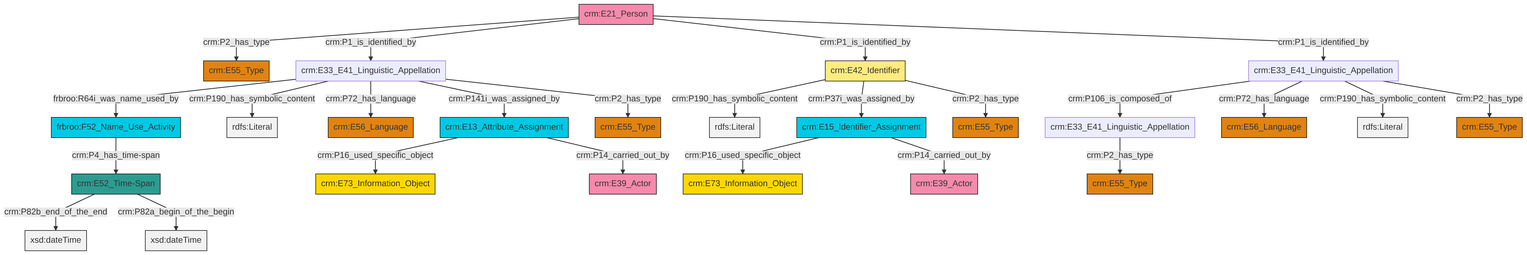
Earlier version of the Mermaid export et/personCSV/ttl/mmd/png/Person_Names_and_Classification.png (swiss-art-research-net/docs.swissartresearch). Its source is kept beside it as et/personCSV/ttl/mmd/Person_Names_and_Classification.ttl.mmd.
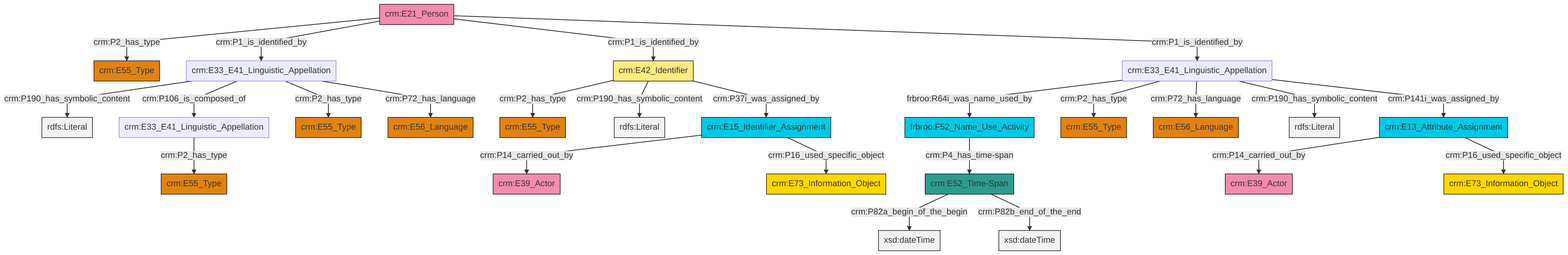
Above is the later version.

Diff of the diagram source:
```diff
@@ -13,27 +13,27 @@
 classDef PC_Classes fill:#4ce600, stroke:#000000;
 classDef Multi fill:#cccccc,stroke:#000000;
 
-2["crm:E33_E41_Linguistic_Appellation"]:::Default -->|crm:P106_is_composed_of| 3["crm:E33_E41_Linguistic_Appellation"]:::Default
-6["frbroo:F52_Name_Use_Activity"]:::Temporal_Entity -->|crm:P4_has_time-span| 7["crm:E52_Time-Span"]:::Time-Span
-8["crm:E33_E41_Linguistic_Appellation"]:::Default -->|frbroo:R64i_was_name_used_by| 6["frbroo:F52_Name_Use_Activity"]:::Temporal_Entity
-0["crm:E21_Person"]:::Actor -->|crm:P2_has_type| 10["crm:E55_Type"]:::Type
-0["crm:E21_Person"]:::Actor -->|crm:P1_is_identified_by| 8["crm:E33_E41_Linguistic_Appellation"]:::Default
-4["crm:E13_Attribute_Assignment"]:::Temporal_Entity -->|crm:P16_used_specific_object| 13["crm:E73_Information_Object"]:::Conceptual_Object
-8["crm:E33_E41_Linguistic_Appellation"]:::Default -->|crm:P190_has_symbolic_content| 16[rdfs:Literal]:::Literal
-2["crm:E33_E41_Linguistic_Appellation"]:::Default -->|crm:P72_has_language| 17["crm:E56_Language"]:::Type
-2["crm:E33_E41_Linguistic_Appellation"]:::Default -->|crm:P190_has_symbolic_content| 18[rdfs:Literal]:::Literal
-19["crm:E42_Identifier"]:::Appellation -->|crm:P190_has_symbolic_content| 20[rdfs:Literal]:::Literal
-21["crm:E15_Identifier_Assignment"]:::Temporal_Entity -->|crm:P16_used_specific_object| 22["crm:E73_Information_Object"]:::Conceptual_Object
-7["crm:E52_Time-Span"]:::Time-Span -->|crm:P82b_end_of_the_end| 25[xsd:dateTime]:::Literal
-21["crm:E15_Identifier_Assignment"]:::Temporal_Entity -->|crm:P14_carried_out_by| 28["crm:E39_Actor"]:::Actor
-4["crm:E13_Attribute_Assignment"]:::Temporal_Entity -->|crm:P14_carried_out_by| 29["crm:E39_Actor"]:::Actor
-2["crm:E33_E41_Linguistic_Appellation"]:::Default -->|crm:P2_has_type| 26["crm:E55_Type"]:::Type
-8["crm:E33_E41_Linguistic_Appellation"]:::Default -->|crm:P72_has_language| 30["crm:E56_Language"]:::Type
-19["crm:E42_Identifier"]:::Appellation -->|crm:P37i_was_assigned_by| 21["crm:E15_Identifier_Assignment"]:::Temporal_Entity
-0["crm:E21_Person"]:::Actor -->|crm:P1_is_identified_by| 19["crm:E42_Identifier"]:::Appellation
-0["crm:E21_Person"]:::Actor -->|crm:P1_is_identified_by| 2["crm:E33_E41_Linguistic_Appellation"]:::Default
-7["crm:E52_Time-Span"]:::Time-Span -->|crm:P82a_begin_of_the_begin| 44[xsd:dateTime]:::Literal
-19["crm:E42_Identifier"]:::Appellation -->|crm:P2_has_type| 45["crm:E55_Type"]:::Type
-8["crm:E33_E41_Linguistic_Appellation"]:::Default -->|crm:P141i_was_assigned_by| 4["crm:E13_Attribute_Assignment"]:::Temporal_Entity
-3["crm:E33_E41_Linguistic_Appellation"]:::Default -->|crm:P2_has_type| 11["crm:E55_Type"]:::Type
-8["crm:E33_E41_Linguistic_Appellation"]:::Default -->|crm:P2_has_type| 36["crm:E55_Type"]:::Type
+0["crm:E52_Time-Span"]:::Time-Span -->|crm:P82a_begin_of_the_begin| 1[xsd:dateTime]:::Literal
+6["crm:E13_Attribute_Assignment"]:::Temporal_Entity -->|crm:P14_carried_out_by| 7["crm:E39_Actor"]:::Actor
+8["crm:E33_E41_Linguistic_Appellation"]:::Default -->|frbroo:R64i_was_name_used_by| 9["frbroo:F52_Name_Use_Activity"]:::Temporal_Entity
+0["crm:E52_Time-Span"]:::Time-Span -->|crm:P82b_end_of_the_end| 10[xsd:dateTime]:::Literal
+8["crm:E33_E41_Linguistic_Appellation"]:::Default -->|crm:P2_has_type| 18["crm:E55_Type"]:::Type
+8["crm:E33_E41_Linguistic_Appellation"]:::Default -->|crm:P72_has_language| 19["crm:E56_Language"]:::Type
+14["crm:E33_E41_Linguistic_Appellation"]:::Default -->|crm:P2_has_type| 22["crm:E55_Type"]:::Type
+8["crm:E33_E41_Linguistic_Appellation"]:::Default -->|crm:P190_has_symbolic_content| 23[rdfs:Literal]:::Literal
+24["crm:E21_Person"]:::Actor -->|crm:P2_has_type| 16["crm:E55_Type"]:::Type
+24["crm:E21_Person"]:::Actor -->|crm:P1_is_identified_by| 26["crm:E33_E41_Linguistic_Appellation"]:::Default
+30["crm:E42_Identifier"]:::Appellation -->|crm:P2_has_type| 31["crm:E55_Type"]:::Type
+8["crm:E33_E41_Linguistic_Appellation"]:::Default -->|crm:P141i_was_assigned_by| 6["crm:E13_Attribute_Assignment"]:::Temporal_Entity
+30["crm:E42_Identifier"]:::Appellation -->|crm:P190_has_symbolic_content| 33[rdfs:Literal]:::Literal
+26["crm:E33_E41_Linguistic_Appellation"]:::Default -->|crm:P190_has_symbolic_content| 34[rdfs:Literal]:::Literal
+27["crm:E15_Identifier_Assignment"]:::Temporal_Entity -->|crm:P14_carried_out_by| 4["crm:E39_Actor"]:::Actor
+24["crm:E21_Person"]:::Actor -->|crm:P1_is_identified_by| 30["crm:E42_Identifier"]:::Appellation
+30["crm:E42_Identifier"]:::Appellation -->|crm:P37i_was_assigned_by| 27["crm:E15_Identifier_Assignment"]:::Temporal_Entity
+6["crm:E13_Attribute_Assignment"]:::Temporal_Entity -->|crm:P16_used_specific_object| 2["crm:E73_Information_Object"]:::Conceptual_Object
+27["crm:E15_Identifier_Assignment"]:::Temporal_Entity -->|crm:P16_used_specific_object| 42["crm:E73_Information_Object"]:::Conceptual_Object
+9["frbroo:F52_Name_Use_Activity"]:::Temporal_Entity -->|crm:P4_has_time-span| 0["crm:E52_Time-Span"]:::Time-Span
+26["crm:E33_E41_Linguistic_Appellation"]:::Default -->|crm:P106_is_composed_of| 14["crm:E33_E41_Linguistic_Appellation"]:::Default
+26["crm:E33_E41_Linguistic_Appellation"]:::Default -->|crm:P2_has_type| 11["crm:E55_Type"]:::Type
+26["crm:E33_E41_Linguistic_Appellation"]:::Default -->|crm:P72_has_language| 36["crm:E56_Language"]:::Type
+24["crm:E21_Person"]:::Actor -->|crm:P1_is_identified_by| 8["crm:E33_E41_Linguistic_Appellation"]:::Default
```
